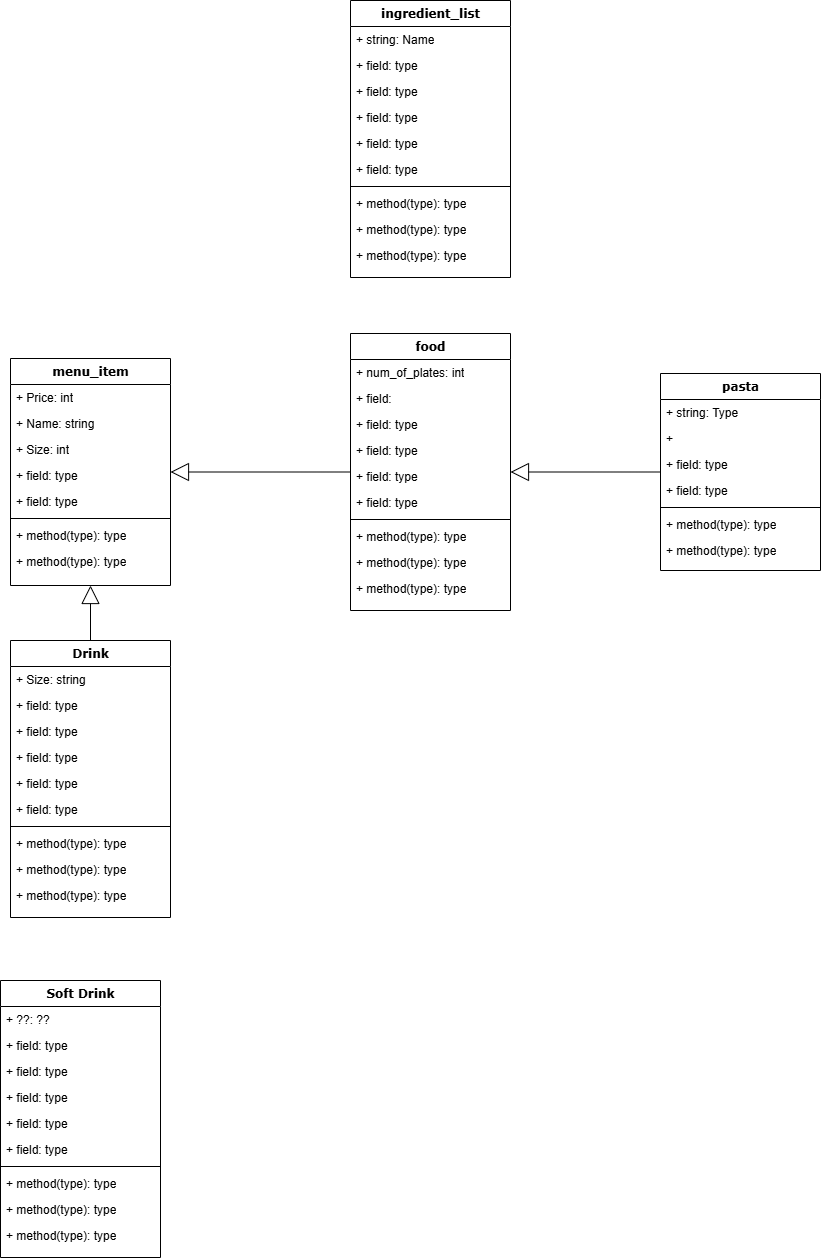
Above: UML.png in SohamA12345/Project (draw.io), before the change. Source tidied: cells renumbered, new cells last; positions are measured from the earlier drawing's top-left corner, leaving out a move shared by most shapes.
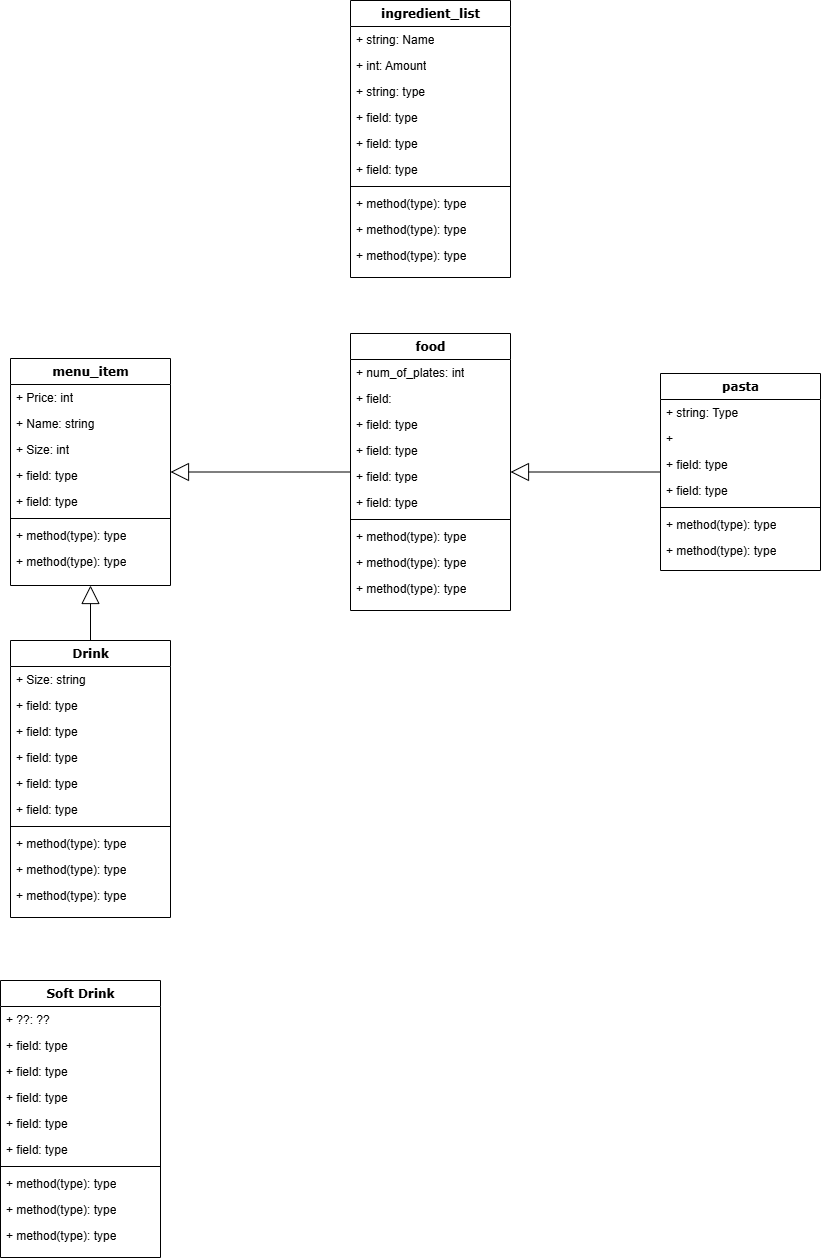
Later version of the same file.

Change to the diagram source:
```diff
@@ -167,10 +167,10 @@
     <mxCell id="56" value="+ string: Name" style="text;html=1;strokeColor=none;fillColor=none;align=left;verticalAlign=top;spacingLeft=4;spacingRight=4;whiteSpace=wrap;overflow=hidden;" parent="55" vertex="1">
       <mxGeometry y="26" width="160" height="26" as="geometry" />
     </mxCell>
-    <mxCell id="57" value="+ field: type" style="text;html=1;strokeColor=none;fillColor=none;align=left;verticalAlign=top;spacingLeft=4;spacingRight=4;whiteSpace=wrap;overflow=hidden;" parent="55" vertex="1">
+    <mxCell id="57" value="+ int: Amount" style="text;html=1;strokeColor=none;fillColor=none;align=left;verticalAlign=top;spacingLeft=4;spacingRight=4;whiteSpace=wrap;overflow=hidden;" parent="55" vertex="1">
       <mxGeometry y="52" width="160" height="26" as="geometry" />
     </mxCell>
-    <mxCell id="58" value="+ field: type" style="text;html=1;strokeColor=none;fillColor=none;align=left;verticalAlign=top;spacingLeft=4;spacingRight=4;whiteSpace=wrap;overflow=hidden;" parent="55" vertex="1">
+    <mxCell id="58" value="+ string: type" style="text;html=1;strokeColor=none;fillColor=none;align=left;verticalAlign=top;spacingLeft=4;spacingRight=4;whiteSpace=wrap;overflow=hidden;" parent="55" vertex="1">
       <mxGeometry y="78" width="160" height="26" as="geometry" />
     </mxCell>
     <mxCell id="59" value="+ field: type" style="text;html=1;strokeColor=none;fillColor=none;align=left;verticalAlign=top;spacingLeft=4;spacingRight=4;whiteSpace=wrap;overflow=hidden;" parent="55" vertex="1">
```
